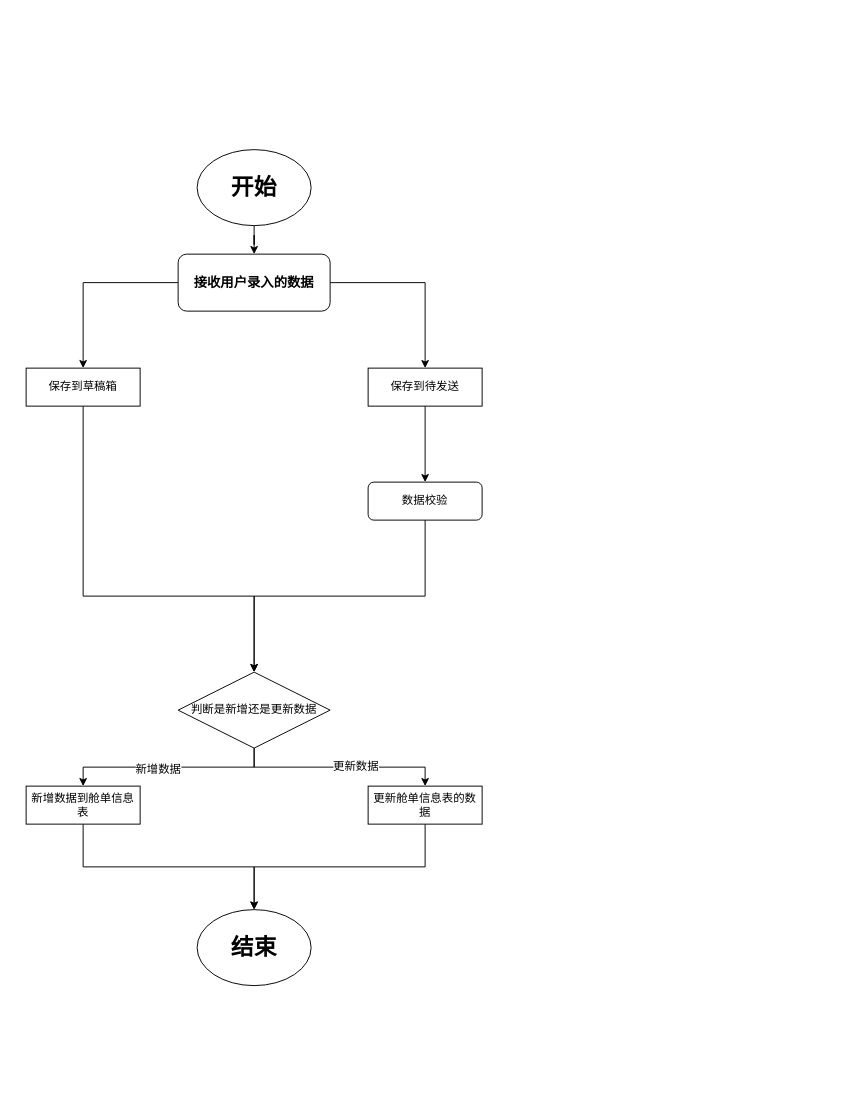
Above: manifest/待发送/录入舱单—在线录入.drawio in caixuecheng/track-drawio (draw.io), before the change. Source tidied: cells renumbered, new cells numbered last; positions are measured from the earlier drawing's top-left corner, leaving out a move shared by most shapes. Both pictures are drawn from the tidied source at 95%, with x=0, y=0 at pixel (26, 149).
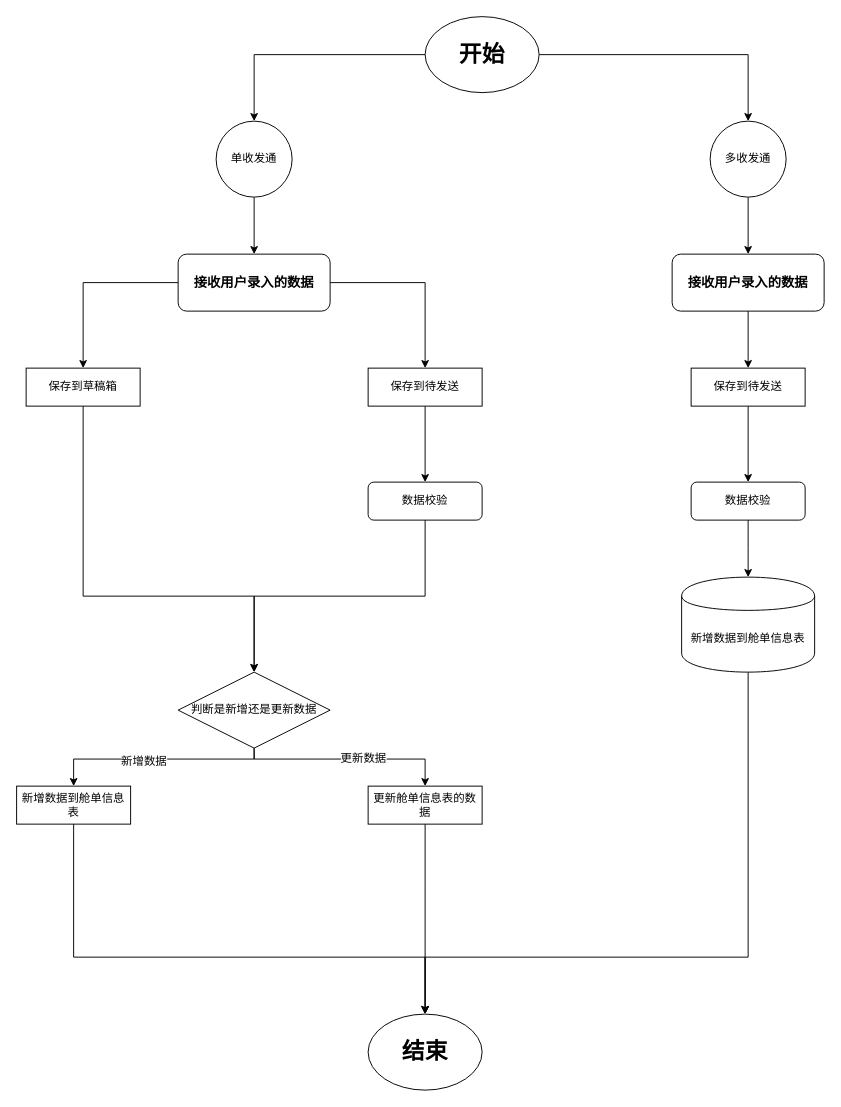
The same page after the edit.

Commit message (it also covers changes not shown here):
更新录入舱单—在线录入.drawio

The change refers to these unchanged cells:
```xml
<mxCell id="6" value="&lt;h3&gt;接收用户录入的数据&lt;/h3&gt;" style="rounded=1;whiteSpace=wrap;html=1;" parent="1" vertex="1">
  <mxGeometry x="160" y="110" width="160" height="60" as="geometry" />
</mxCell>
<mxCell id="18" value="判断是新增还是更新数据" style="rhombus;whiteSpace=wrap;html=1;" parent="1" vertex="1">
  <mxGeometry x="160" y="550" width="160" height="80" as="geometry" />
</mxCell>
<mxCell id="22" value="更新舱单信息表的数据" style="rounded=0;whiteSpace=wrap;html=1;" parent="1" vertex="1">
  <mxGeometry x="360" y="670" width="120" height="40" as="geometry" />
</mxCell>
```

Change to the diagram source:
```diff
@@
-    <mxCell id="2" style="edgeStyle=orthogonalEdgeStyle;rounded=0;jettySize=auto;html=1;" parent="1" edge="1" source="3" target="6">
-      <mxGeometry relative="1" as="geometry" />
-    </mxCell>
+    <mxCell id="23" style="edgeStyle=orthogonalEdgeStyle;rounded=0;jettySize=auto;html=1;" parent="1" edge="1" source="3" target="26">
+      <mxGeometry relative="1" as="geometry" />
+    </mxCell>
+    <mxCell id="24" style="edgeStyle=orthogonalEdgeStyle;rounded=0;jettySize=auto;html=1;entryX=0.5;entryY=0;entryDx=0;entryDy=0;" parent="1" edge="1" source="3" target="28">
+      <mxGeometry relative="1" as="geometry" />
+    </mxCell>
     <mxCell id="3" value="&lt;h1&gt;开始&lt;/h1&gt;" style="ellipse;whiteSpace=wrap;html=1;" parent="1" vertex="1">
-      <mxGeometry x="180" width="120" height="80" as="geometry" />
+      <mxGeometry x="420" y="-140" width="120" height="80" as="geometry" />
     </mxCell>
@@
-    <mxCell id="7" value="&lt;h1&gt;结束&lt;/h1&gt;" style="ellipse;whiteSpace=wrap;html=1;" parent="1" vertex="1">
-      <mxGeometry x="180" y="800" width="120" height="80" as="geometry" />
-    </mxCell>
@@
     <mxCell id="14" style="edgeStyle=elbowEdgeStyle;rounded=0;jettySize=auto;elbow=vertical;html=1;entryX=0.5;entryY=0;entryDx=0;entryDy=0;" parent="1" edge="1" source="18" target="20">
       <mxGeometry relative="1" as="geometry">
         <Array as="points">
-          <mxPoint x="150" y="650" />
+          <mxPoint x="60" y="641.5" />
         </Array>
       </mxGeometry>
     </mxCell>
@@
     <mxCell id="16" style="edgeStyle=elbowEdgeStyle;rounded=0;jettySize=auto;elbow=vertical;html=1;exitX=0.5;exitY=1;exitDx=0;exitDy=0;" parent="1" edge="1" source="18" target="22">
-      <mxGeometry relative="1" as="geometry" />
+      <mxGeometry relative="1" as="geometry">
+        <Array as="points">
+          <mxPoint x="270" y="641.5" />
+        </Array>
+      </mxGeometry>
     </mxCell>
@@
     <mxCell id="19" style="edgeStyle=elbowEdgeStyle;rounded=0;jettySize=auto;elbow=vertical;html=1;" parent="1" edge="1" source="20" target="7">
-      <mxGeometry relative="1" as="geometry" />
+      <mxGeometry relative="1" as="geometry">
+        <Array as="points">
+          <mxPoint x="270" y="850" />
+        </Array>
+      </mxGeometry>
     </mxCell>
     <mxCell id="20" value="新增数据到舱单信息表" style="rounded=0;whiteSpace=wrap;html=1;" parent="1" vertex="1">
-      <mxGeometry y="670" width="120" height="40" as="geometry" />
+      <mxGeometry x="-10" y="670" width="120" height="40" as="geometry" />
     </mxCell>
-    <mxCell id="21" style="edgeStyle=elbowEdgeStyle;rounded=0;jettySize=auto;elbow=vertical;html=1;" parent="1" edge="1" source="22" target="7">
-      <mxGeometry relative="1" as="geometry" />
+    <mxCell id="21" style="edgeStyle=elbowEdgeStyle;rounded=0;jettySize=auto;elbow=vertical;html=1;entryX=0.5;entryY=0;entryDx=0;entryDy=0;" parent="1" edge="1" source="22" target="7">
+      <mxGeometry relative="1" as="geometry">
+        <Array as="points">
+          <mxPoint x="420" y="770" />
+          <mxPoint x="500" y="850" />
+        </Array>
+      </mxGeometry>
     </mxCell>
@@
+    <mxCell id="25" style="edgeStyle=orthogonalEdgeStyle;rounded=0;jettySize=auto;html=1;" parent="1" edge="1" source="26" target="6">
+      <mxGeometry relative="1" as="geometry" />
+    </mxCell>
+    <mxCell id="26" value="单收发通" style="ellipse;whiteSpace=wrap;html=1;" parent="1" vertex="1">
+      <mxGeometry x="200" y="-30" width="80" height="80" as="geometry" />
+    </mxCell>
+    <mxCell id="27" style="edgeStyle=orthogonalEdgeStyle;rounded=0;jettySize=auto;html=1;" parent="1" edge="1" source="28" target="30">
+      <mxGeometry relative="1" as="geometry" />
+    </mxCell>
+    <mxCell id="28" value="多收发通" style="ellipse;whiteSpace=wrap;html=1;" parent="1" vertex="1">
+      <mxGeometry x="720" y="-30" width="80" height="80" as="geometry" />
+    </mxCell>
+    <mxCell id="29" style="edgeStyle=orthogonalEdgeStyle;rounded=0;jettySize=auto;html=1;" parent="1" edge="1" source="30" target="32">
+      <mxGeometry relative="1" as="geometry" />
+    </mxCell>
+    <mxCell id="30" value="&lt;h3&gt;接收用户录入的数据&lt;/h3&gt;" style="rounded=1;whiteSpace=wrap;html=1;" parent="1" vertex="1">
+      <mxGeometry x="680" y="110" width="160" height="60" as="geometry" />
+    </mxCell>
+    <mxCell id="31" style="edgeStyle=orthogonalEdgeStyle;rounded=0;jettySize=auto;html=1;" parent="1" edge="1" source="32" target="34">
+      <mxGeometry relative="1" as="geometry" />
+    </mxCell>
+    <mxCell id="32" value="保存到待发送" style="rounded=0;whiteSpace=wrap;html=1;" parent="1" vertex="1">
+      <mxGeometry x="700" y="230" width="120" height="40" as="geometry" />
+    </mxCell>
+    <mxCell id="33" style="edgeStyle=elbowEdgeStyle;rounded=0;jettySize=auto;elbow=vertical;html=1;" parent="1" edge="1" source="34" target="36">
+      <mxGeometry relative="1" as="geometry" />
+    </mxCell>
+    <mxCell id="34" value="数据校验" style="rounded=1;whiteSpace=wrap;html=1;" parent="1" vertex="1">
+      <mxGeometry x="700" y="350" width="120" height="40" as="geometry" />
+    </mxCell>
+    <mxCell id="7" value="&lt;h1&gt;结束&lt;/h1&gt;" style="ellipse;whiteSpace=wrap;html=1;" parent="1" vertex="1">
+      <mxGeometry x="360" y="910" width="120" height="80" as="geometry" />
+    </mxCell>
+    <mxCell id="35" style="edgeStyle=elbowEdgeStyle;rounded=0;jettySize=auto;elbow=vertical;html=1;" parent="1" edge="1" source="36" target="7">
+      <mxGeometry relative="1" as="geometry">
+        <Array as="points">
+          <mxPoint x="650" y="850" />
+          <mxPoint x="670" y="830" />
+          <mxPoint x="740" y="830" />
+          <mxPoint x="760" y="830" />
+          <mxPoint x="650" y="840" />
+        </Array>
+      </mxGeometry>
+    </mxCell>
+    <mxCell id="36" value="新增数据到舱单信息表" style="shape=cylinder;whiteSpace=wrap;html=1;boundedLbl=1;backgroundOutline=1;" parent="1" vertex="1">
+      <mxGeometry x="690" y="450" width="140" height="100" as="geometry" />
+    </mxCell>
```
